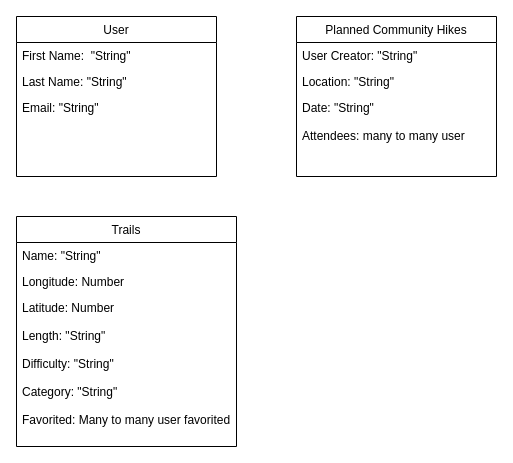
This is main_app/ERD.drawio from lesleysauter/BuiltToRoam, a draw.io file, before an edit. Source tidied: cells renumbered, new cells numbered last; positions are measured from the earlier drawing's top-left corner, leaving out a move shared by most shapes. Both pictures are drawn from the tidied source at 100%, with x=0, y=0 at pixel (16, 16).
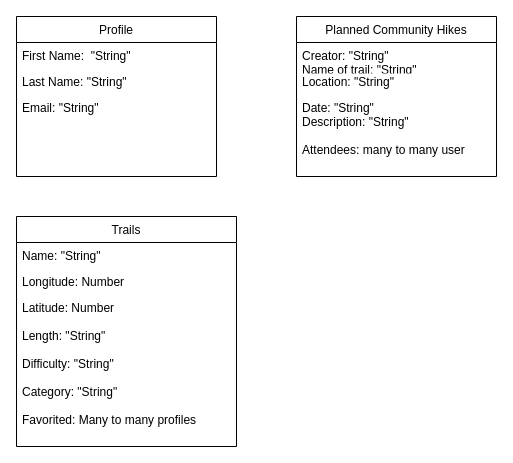
Above is the later version.

Commit message (it also covers changes not shown here):
made migrations for trail and community hike models

The edit, as a diff of the source:
```diff
@@
 <mxGraphModel>
   <root>
     <mxCell id="0" />
     <mxCell id="1" parent="0" />
-    <mxCell id="2" value="User" style="swimlane;fontStyle=0;horizontal=1;startSize=26;fillColor=none;" parent="1" vertex="1">
+    <mxCell id="2" value="Profile" style="swimlane;fontStyle=0;horizontal=1;startSize=26;fillColor=none;" parent="1" vertex="1">
       <mxGeometry width="200" height="160" as="geometry" />
     </mxCell>
     <mxCell id="3" value="First Name:  &quot;String&quot;" style="text;strokeColor=none;fillColor=none;align=left;verticalAlign=top;spacingLeft=4;spacingRight=4;overflow=hidden;" parent="2" vertex="1">
       <mxGeometry y="26" width="200" height="26" as="geometry" />
     </mxCell>
     <mxCell id="4" value="Last Name: &quot;String&quot;" style="text;strokeColor=none;fillColor=none;align=left;verticalAlign=top;spacingLeft=4;spacingRight=4;overflow=hidden;" parent="2" vertex="1">
       <mxGeometry y="52" width="200" height="26" as="geometry" />
     </mxCell>
     <mxCell id="5" value="Email: &quot;String&quot;&#10;&#10;" style="text;strokeColor=none;fillColor=none;align=left;verticalAlign=top;spacingLeft=4;spacingRight=4;overflow=hidden;" parent="2" vertex="1">
       <mxGeometry y="78" width="200" height="82" as="geometry" />
     </mxCell>
     <mxCell id="6" value="Planned Community Hikes" style="swimlane;fontStyle=0;horizontal=1;startSize=26;fillColor=none;" parent="1" vertex="1">
       <mxGeometry x="280" width="200" height="160" as="geometry" />
     </mxCell>
-    <mxCell id="7" value="User Creator: &quot;String&quot;" style="text;strokeColor=none;fillColor=none;align=left;verticalAlign=top;spacingLeft=4;spacingRight=4;overflow=hidden;" parent="6" vertex="1">
+    <mxCell id="7" value="Creator: &quot;String&quot;&#10;Name of trail: &quot;String&quot;&#10;" style="text;strokeColor=none;fillColor=none;align=left;verticalAlign=top;spacingLeft=4;spacingRight=4;overflow=hidden;" parent="6" vertex="1">
       <mxGeometry y="26" width="200" height="26" as="geometry" />
     </mxCell>
     <mxCell id="8" value="Location: &quot;String&quot;" style="text;strokeColor=none;fillColor=none;align=left;verticalAlign=top;spacingLeft=4;spacingRight=4;overflow=hidden;" parent="6" vertex="1">
       <mxGeometry y="52" width="200" height="26" as="geometry" />
     </mxCell>
-    <mxCell id="9" value="Date: &quot;String&quot;&#10;&#10;Attendees: many to many user" style="text;strokeColor=none;fillColor=none;align=left;verticalAlign=top;spacingLeft=4;spacingRight=4;overflow=hidden;" parent="6" vertex="1">
+    <mxCell id="9" value="Date: &quot;String&quot;&#10;Description: &quot;String&quot;&#10;&#10;Attendees: many to many user" style="text;strokeColor=none;fillColor=none;align=left;verticalAlign=top;spacingLeft=4;spacingRight=4;overflow=hidden;" parent="6" vertex="1">
       <mxGeometry y="78" width="200" height="82" as="geometry" />
     </mxCell>
     <mxCell id="10" value="Trails" style="swimlane;fontStyle=0;horizontal=1;startSize=26;fillColor=none;" parent="1" vertex="1">
       <mxGeometry y="200" width="220" height="230" as="geometry" />
     </mxCell>
     <mxCell id="11" value="Name: &quot;String&quot;" style="text;strokeColor=none;fillColor=none;align=left;verticalAlign=top;spacingLeft=4;spacingRight=4;overflow=hidden;" parent="10" vertex="1">
       <mxGeometry y="26" width="220" height="26" as="geometry" />
     </mxCell>
     <mxCell id="12" value="Longitude: Number" style="text;strokeColor=none;fillColor=none;align=left;verticalAlign=top;spacingLeft=4;spacingRight=4;overflow=hidden;" parent="10" vertex="1">
       <mxGeometry y="52" width="220" height="26" as="geometry" />
     </mxCell>
-    <mxCell id="13" value="Latitude: Number&#10;&#10;Length: &quot;String&quot;&#10;&#10;Difficulty: &quot;String&quot;&#10;&#10;Category: &quot;String&quot;&#10;&#10;Favorited: Many to many user favorited" style="text;strokeColor=none;fillColor=none;align=left;verticalAlign=top;spacingLeft=4;spacingRight=4;overflow=hidden;" parent="10" vertex="1">
+    <mxCell id="13" value="Latitude: Number&#10;&#10;Length: &quot;String&quot;&#10;&#10;Difficulty: &quot;String&quot;&#10;&#10;Category: &quot;String&quot;&#10;&#10;Favorited: Many to many profiles" style="text;strokeColor=none;fillColor=none;align=left;verticalAlign=top;spacingLeft=4;spacingRight=4;overflow=hidden;" parent="10" vertex="1">
       <mxGeometry y="78" width="220" height="152" as="geometry" />
     </mxCell>
   </root>
 </mxGraphModel>
```
